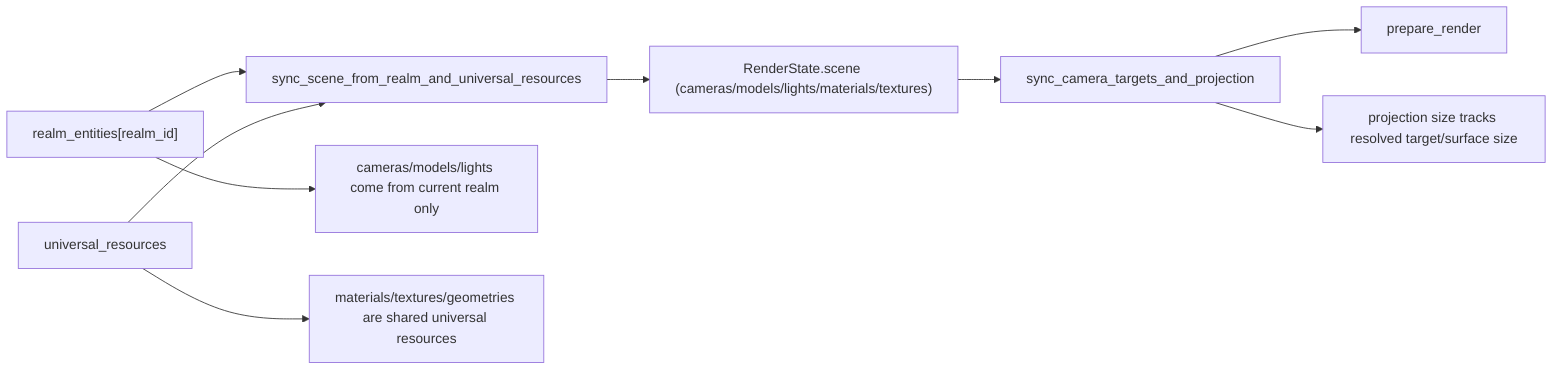
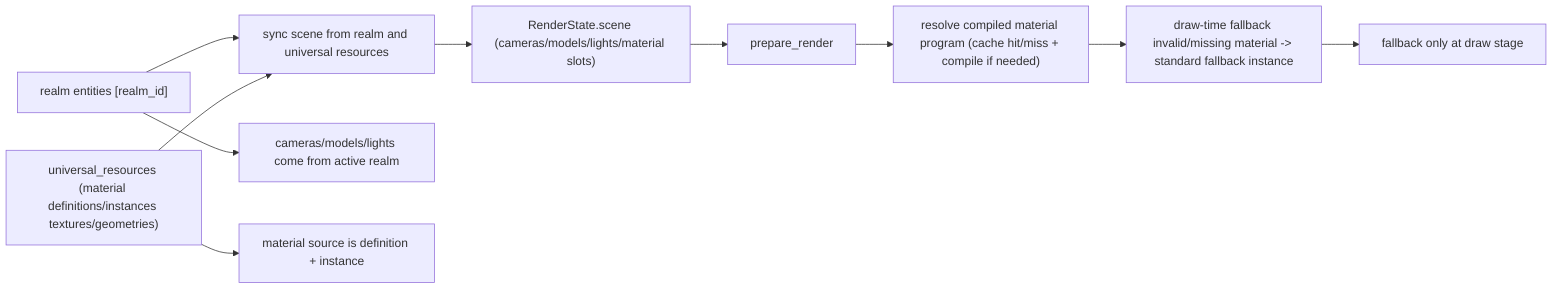
flowchart LR
-   RE["realm_entities[realm_id]"]
-   GR["universal_resources"]
-   SYNC["sync_scene_from_realm_and_universal_resources"]
-   SCN["RenderState.scene (cameras/models/lights/materials/textures)"]
-   CAM["sync_camera_targets_and_projection"]
+   RE["realm entities [realm_id]"]
+   UR["universal_resources (material definitions/instances textures/geometries)"]
+   SYNC["sync scene from realm and universal resources"]
+   SCN["RenderState.scene (cameras/models/lights/material slots)"]
  PREP["prepare_render"]
+   MAT["resolve compiled material program (cache hit/miss + compile if needed)"]
+   FB["draw-time fallback invalid/missing material -> standard fallback instance"]

  RE --> SYNC
-   GR --> SYNC
+   UR --> SYNC
  SYNC --> SCN
-   SCN --> CAM
-   CAM --> PREP
+   SCN --> PREP
+   PREP --> MAT
+   MAT --> FB

-   C1["cameras/models/lights come from current realm only"]
-   C2["materials/textures/geometries are shared universal resources"]
-   C3["projection size tracks resolved target/surface size"]
+   C1["cameras/models/lights come from active realm"]
+   C2["material source is definition + instance"]
+   C3["fallback only at draw stage"]

  RE --> C1
-   GR --> C2
-   CAM --> C3
+   UR --> C2
+   FB --> C3
